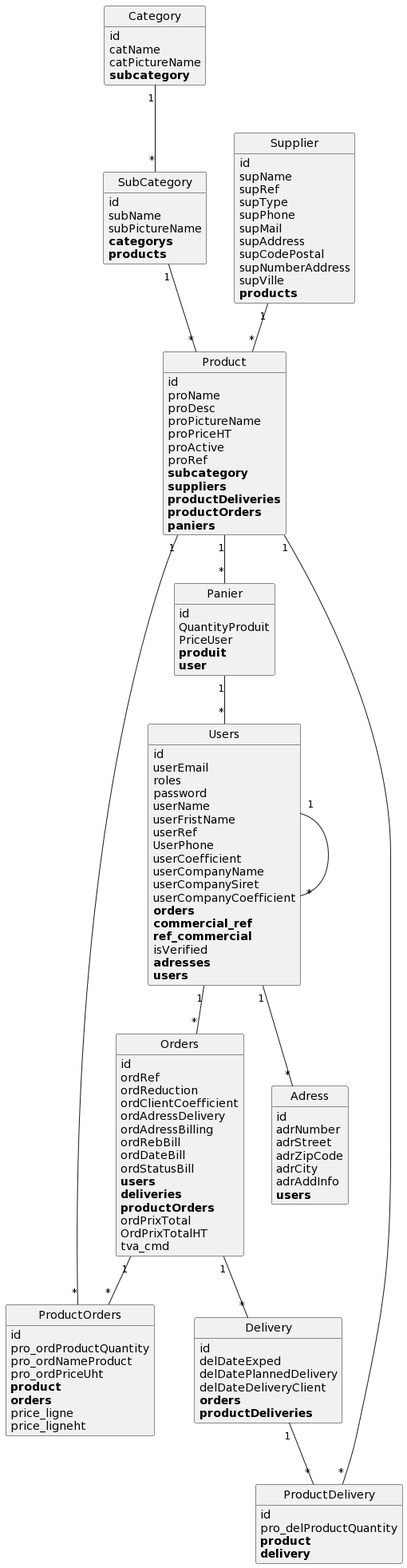
Before: puml/index.png, a diagram exported from PlantUML (Debl0xMain/AppWeb).
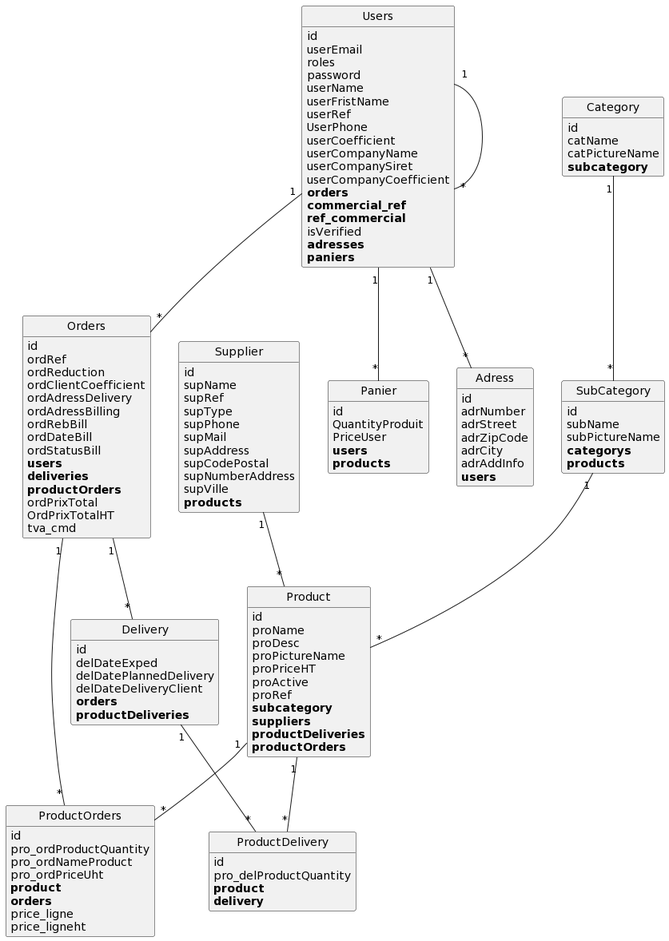
After the change.

Change to the diagram source:
```diff
@@ -14,8 +14,8 @@
 	id
 	QuantityProduit
 	PriceUser
-	**produit**
-	**user**
+	**users**
+	**products**
 }
 
 class Users {
@@ -36,7 +36,7 @@
 	**ref_commercial**
 	isVerified
 	**adresses**
-	**users**
+	**paniers**
 }
 
 class Category {
@@ -85,7 +85,6 @@
 	**suppliers**
 	**productDeliveries**
 	**productOrders**
-	**paniers**
 }
 
 class SubCategory {
@@ -127,17 +126,16 @@
 	**products**
 }
 
-Panier "1"--"*" Users
 Users "1"--"*" Orders
 Users "1"--"*" Users
 Users "1"--"*" Adress
+Users "1"--"*" Panier
 Category "1"--"*" SubCategory
 Orders "1"--"*" Delivery
 Orders "1"--"*" ProductOrders
 Delivery "1"--"*" ProductDelivery
 Product "1"--"*" ProductDelivery
 Product "1"--"*" ProductOrders
-Product "1"--"*" Panier
 SubCategory "1"--"*" Product
 Supplier "1"--"*" Product
 
```
